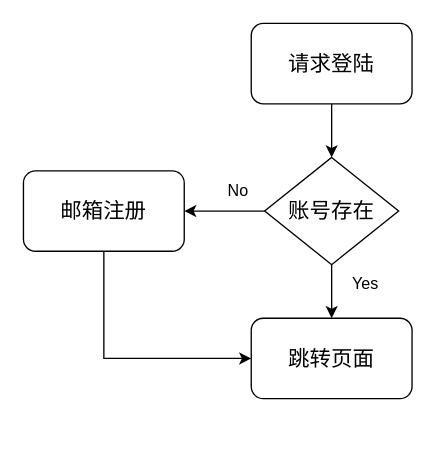
The draw.io diagram 登陆注册.drawio in yyBlone/draw.io, before the edit. Source tidied: cells renumbered, new cells numbered last; positions are measured from the earlier drawing's top-left corner, leaving out a move shared by most shapes. Both pictures are drawn from the tidied source at 134%, with x=0, y=0 at pixel (23, 23).
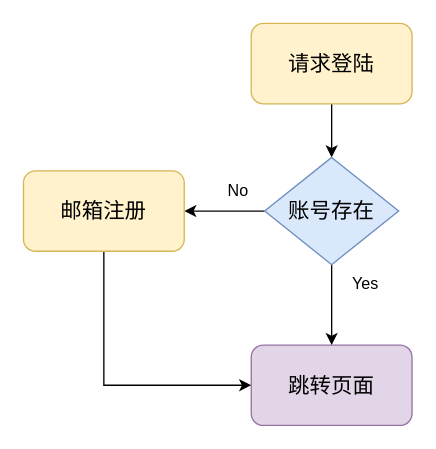
After the change.

Commit message (it also covers changes not shown here):
更新登陆注册.drawio

Diff of the diagram source:
```diff
@@
 <mxGraphModel>
   <root>
     <mxCell id="0" />
     <mxCell id="1" parent="0" />
     <mxCell id="2" style="edgeStyle=orthogonalEdgeStyle;rounded=0;jettySize=auto;html=1;" parent="1" edge="1" source="3" target="7">
       <mxGeometry relative="1" as="geometry" />
     </mxCell>
-    <mxCell id="3" value="&lt;font style=&quot;font-size: 16px;&quot;&gt;请求登陆&lt;/font&gt;" style="rounded=1;whiteSpace=wrap;html=1;" parent="1" vertex="1">
+    <mxCell id="3" value="&lt;font style=&quot;font-size: 16px;&quot;&gt;请求登陆&lt;/font&gt;" style="rounded=1;whiteSpace=wrap;html=1;fillColor=#fff2cc;strokeColor=#d6b656;" parent="1" vertex="1">
       <mxGeometry x="170" width="120" height="60" as="geometry" />
     </mxCell>
-    <mxCell id="4" value="&lt;font style=&quot;font-size: 16px;&quot;&gt;跳转页面&lt;/font&gt;" style="rounded=1;whiteSpace=wrap;html=1;" parent="1" vertex="1">
-      <mxGeometry x="170" y="220" width="120" height="60" as="geometry" />
+    <mxCell id="4" value="&lt;font style=&quot;font-size: 16px;&quot;&gt;跳转页面&lt;/font&gt;" style="rounded=1;whiteSpace=wrap;html=1;fillColor=#e1d5e7;strokeColor=#9673a6;" parent="1" vertex="1">
+      <mxGeometry x="170" y="240" width="120" height="60" as="geometry" />
     </mxCell>
     <mxCell id="5" style="edgeStyle=orthogonalEdgeStyle;rounded=0;jettySize=auto;html=1;" parent="1" edge="1" source="7" target="4">
       <mxGeometry relative="1" as="geometry" />
     </mxCell>
     <mxCell id="6" style="edgeStyle=orthogonalEdgeStyle;rounded=0;jettySize=auto;html=1;" parent="1" edge="1" source="7" target="10">
       <mxGeometry relative="1" as="geometry" />
     </mxCell>
-    <mxCell id="7" value="&lt;font size=&quot;3&quot;&gt;账号存在&lt;/font&gt;" style="rhombus;whiteSpace=wrap;html=1;" parent="1" vertex="1">
+    <mxCell id="7" value="&lt;font size=&quot;3&quot;&gt;账号存在&lt;/font&gt;" style="rhombus;whiteSpace=wrap;html=1;fillColor=#dae8fc;strokeColor=#6c8ebf;" parent="1" vertex="1">
       <mxGeometry x="180" y="100" width="100" height="80" as="geometry" />
     </mxCell>
     <mxCell id="8" value="Yes" style="text;html=1;align=center;verticalAlign=middle;strokeColor=none;fillColor=none;" parent="1" vertex="1">
       <mxGeometry x="235" y="180" width="40" height="30" as="geometry" />
     </mxCell>
     <mxCell id="9" style="edgeStyle=orthogonalEdgeStyle;rounded=0;jettySize=auto;html=1;entryX=0;entryY=0.5;entryDx=0;entryDy=0;" parent="1" edge="1" source="10" target="4">
       <mxGeometry relative="1" as="geometry">
         <Array as="points">
-          <mxPoint x="60" y="250" />
+          <mxPoint x="60" y="270" />
         </Array>
       </mxGeometry>
     </mxCell>
-    <mxCell id="10" value="&lt;font style=&quot;font-size: 16px;&quot;&gt;邮箱注册&lt;/font&gt;" style="rounded=1;whiteSpace=wrap;html=1;" parent="1" vertex="1">
+    <mxCell id="10" value="&lt;font style=&quot;font-size: 16px;&quot;&gt;邮箱注册&lt;/font&gt;" style="rounded=1;whiteSpace=wrap;html=1;fillColor=#fff2cc;strokeColor=#d6b656;" parent="1" vertex="1">
       <mxGeometry y="110" width="120" height="60" as="geometry" />
     </mxCell>
     <mxCell id="11" value="No" style="text;html=1;align=center;verticalAlign=middle;strokeColor=none;fillColor=none;" parent="1" vertex="1">
       <mxGeometry x="140" y="110" width="40" height="30" as="geometry" />
     </mxCell>
   </root>
 </mxGraphModel>
```
